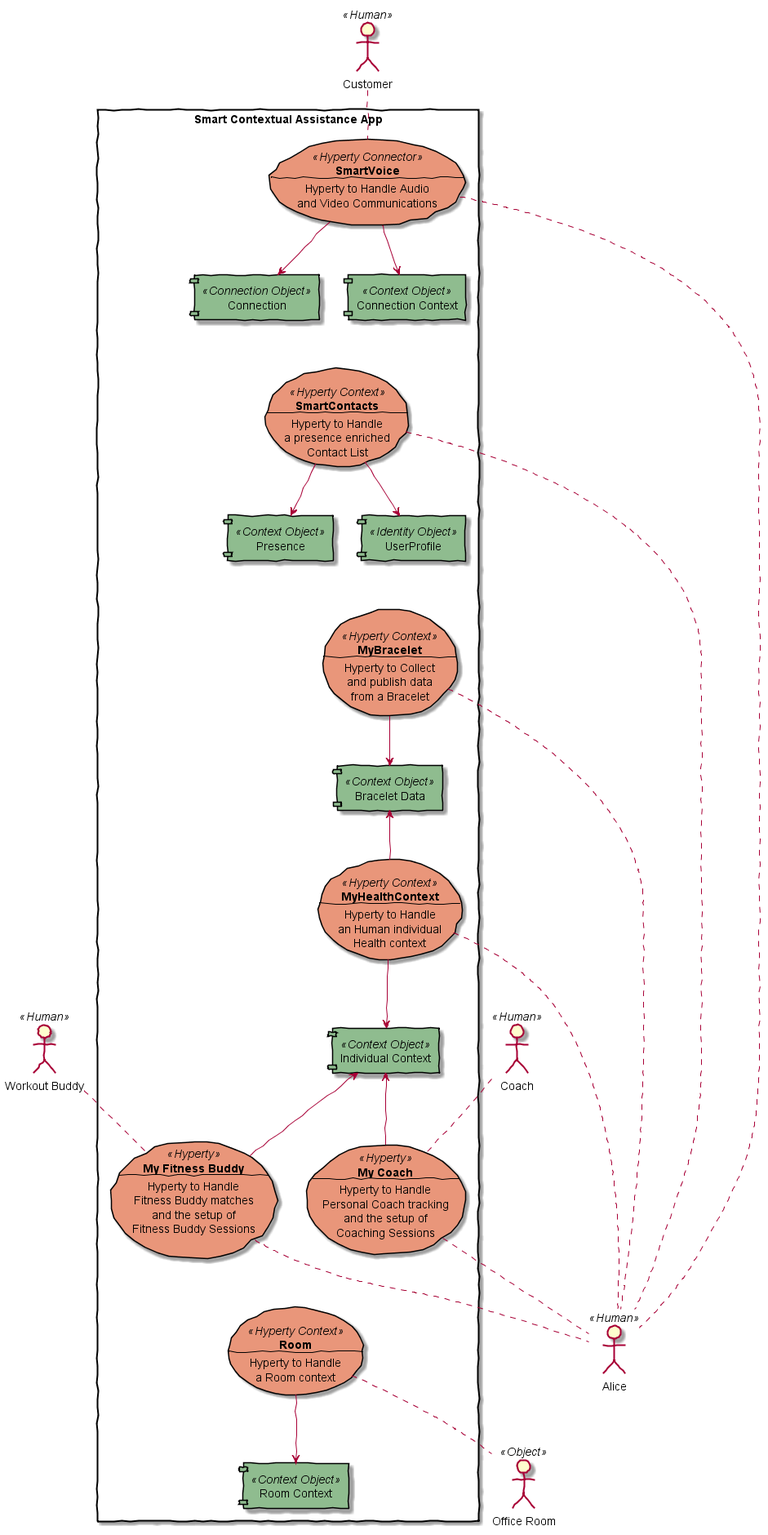
This is docs/scenarios/smart-contextual-assistance/smart-contextual-assistance-hyperties.png from reTHINK-project/scenario-service-implementation, a PlantUML export, as it was before one commit. Source of this version:
```plantuml
@startuml
skinparam handwritten true

skinparam usecase {
	BackgroundColor DarkSalmon
	BorderColor Black

	BackgroundColor<< Context >> DarkRed
	BorderColor<< Context >> DarkRed

	ActorBackgroundColor<< Human >> Green
  ActorBackgroundColor<< Object >> Silver
}

skinparam component {
	BackgroundColor DarkSeaGreen
	BorderColor Black
}

actor Alice << Human >>
actor Customer <<Human>>
actor Office <<Object>> as "Office Room"

rectangle "Smart Contextual Assistance App" {
  usecase voiceH <<Hyperty Connector>> as "**SmartVoice**
  --
  Hyperty to Handle Audio
  and Video Communications"

	component Connection <<Connection Object>> as comObj

	component "Connection Context" <<Context Object>> as ctxtObj

	voiceH -down-> comObj

	voiceH -down-> ctxtObj

  usecase contactsH <<Hyperty Context>> as "**SmartContacts**
  --
  Hyperty to Handle
  a presence enriched
  Contact List"

	component UserProfile <<Identity Object>> as idObj

	component "Presence" <<Context Object>> as presObj

	contactsH -down-> idObj

	contactsH -down-> presObj

	contactsH -[hidden]up- comObj

	usecase myBraH <<Hyperty Context>> as "**MyBracelet**
  --
  Hyperty to Collect
	and publish data
	from a Bracelet"

	component "Bracelet Data" <<Context Object>> as myBraObj

	myBraH -down-> myBraObj

	myBraH -[hidden]up- presObj

	usecase myCtxtH <<Hyperty Context>> as "**MyHealthContext**
  --
  Hyperty to Handle
  an Human individual
	Health context"

	component "Individual Context" <<Context Object>> as myCtxtObj

	myCtxtH -up-> myBraObj

	myCtxtH -down-> myCtxtObj


	usecase myWorkoutBuddyH <<Hyperty>> as "**My Fitness Buddy**
  --
  Hyperty to Handle
  Fitness Buddy matches
	and the setup of
	Fitness Buddy Sessions"

	myWorkoutBuddyH -up-> myCtxtObj

	usecase myCoachH <<Hyperty>> as "**My Coach**
  --
  Hyperty to Handle
  Personal Coach tracking
	and the setup of
	Coaching Sessions"

	myCoachH -up-> myCtxtObj

	usecase roomH <<Hyperty Context>> as "**Room**
  --
  Hyperty to Handle
  a Room context"

	component "Room Context" <<Context Object>> as roomCtxtObj

	roomH -down-> roomCtxtObj

	roomH -[hidden]up- myWorkoutBuddyH

}

actor Buddy <<Human>> as "Workout Buddy"
actor Coach <<Human>> as "Coach"

Alice .left- voiceH
Customer .right- voiceH
Alice .left- contactsH
Alice .left- myCtxtH
Alice .left- myBraH
Alice .left- myWorkoutBuddyH
Buddy .right- myWorkoutBuddyH
Alice .left- myCoachH
Coach .right- myCoachH
Office .left- roomH

@enduml
```
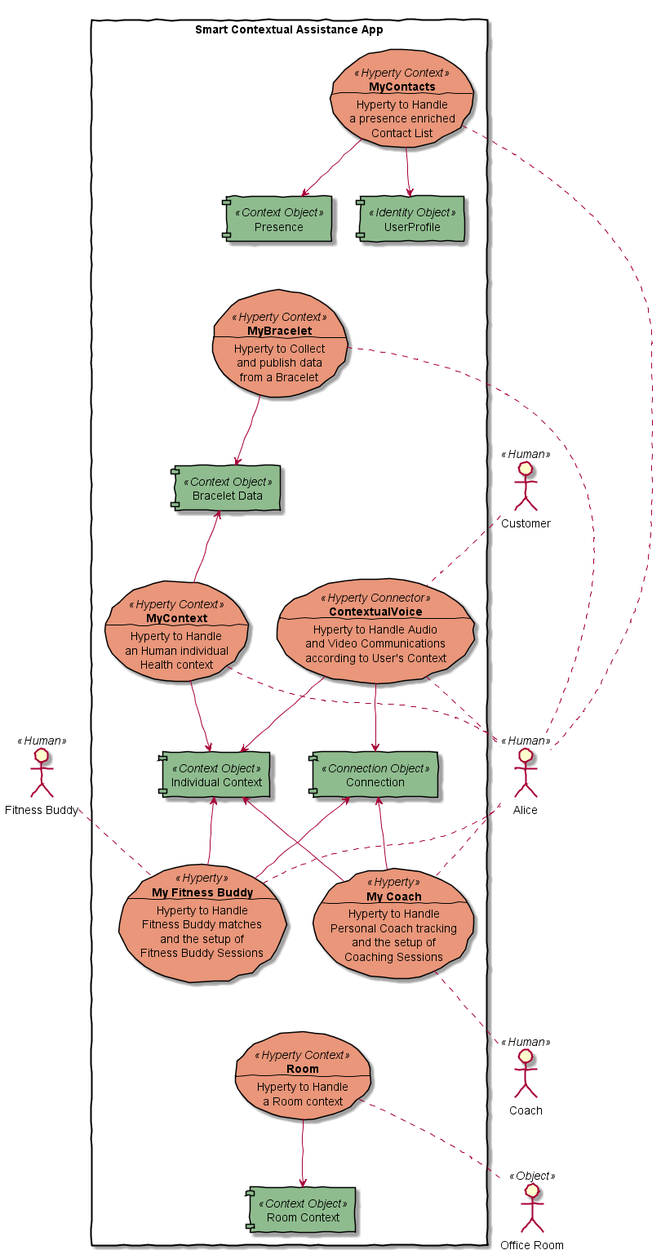
The same diagram one commit later.

Commit message:
smart contextual scenario and connector hyperty (removed discovery) updated as discussed today in the telco

Diff of the diagram source:
```diff
@@ -22,20 +22,9 @@
 actor Office <<Object>> as "Office Room"
 
 rectangle "Smart Contextual Assistance App" {
-  usecase voiceH <<Hyperty Connector>> as "**SmartVoice**
-  --
-  Hyperty to Handle Audio
-  and Video Communications"
 
-	component Connection <<Connection Object>> as comObj
 
-	component "Connection Context" <<Context Object>> as ctxtObj
-
-	voiceH -down-> comObj
-
-	voiceH -down-> ctxtObj
-
-  usecase contactsH <<Hyperty Context>> as "**SmartContacts**
+  usecase contactsH <<Hyperty Context>> as "**MyContacts**
   --
   Hyperty to Handle
   a presence enriched
@@ -49,8 +38,6 @@
 
 	contactsH -down-> presObj
 
-	contactsH -[hidden]up- comObj
-
 	usecase myBraH <<Hyperty Context>> as "**MyBracelet**
   --
   Hyperty to Collect
@@ -63,7 +50,7 @@
 
 	myBraH -[hidden]up- presObj
 
-	usecase myCtxtH <<Hyperty Context>> as "**MyHealthContext**
+	usecase myCtxtH <<Hyperty Context>> as "**MyContext**
   --
   Hyperty to Handle
   an Human individual
@@ -75,6 +62,17 @@
 
 	myCtxtH -down-> myCtxtObj
 
+	usecase voiceH <<Hyperty Connector>> as "**ContextualVoice**
+  --
+  Hyperty to Handle Audio
+  and Video Communications
+	according to User's Context"
+
+	component Connection <<Connection Object>> as comObj
+
+	voiceH -down-> comObj
+
+	voiceH -down-> myCtxtObj
 
 	usecase myWorkoutBuddyH <<Hyperty>> as "**My Fitness Buddy**
   --
@@ -85,6 +83,8 @@
 
 	myWorkoutBuddyH -up-> myCtxtObj
 
+	myWorkoutBuddyH -up-> comObj
+
 	usecase myCoachH <<Hyperty>> as "**My Coach**
   --
   Hyperty to Handle
@@ -93,6 +93,8 @@
 	Coaching Sessions"
 
 	myCoachH -up-> myCtxtObj
+
+	myCoachH -up-> comObj
 
 	usecase roomH <<Hyperty Context>> as "**Room**
   --
@@ -107,7 +109,7 @@
 
 }
 
-actor Buddy <<Human>> as "Workout Buddy"
+actor Buddy <<Human>> as "Fitness Buddy"
 actor Coach <<Human>> as "Coach"
 
 Alice .left- voiceH
@@ -116,9 +118,9 @@
 Alice .left- myCtxtH
 Alice .left- myBraH
 Alice .left- myWorkoutBuddyH
-Buddy .right- myWorkoutBuddyH
-Alice .left- myCoachH
-Coach .right- myCoachH
+myWorkoutBuddyH .left- Buddy
+Alice . myCoachH
+myCoachH .right. Coach
 Office .left- roomH
 
 @enduml
```
